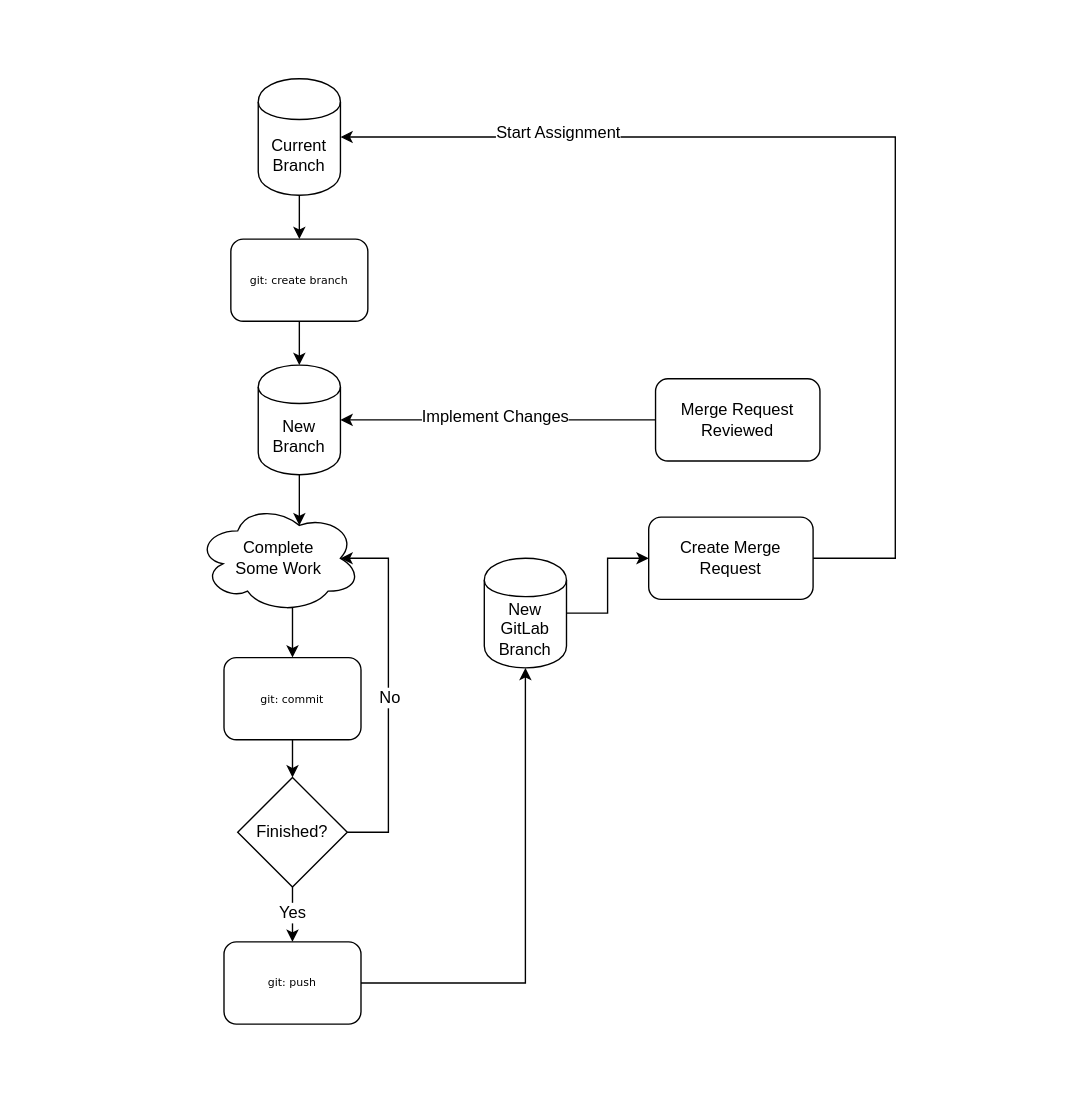
Above: images/workflow.drawio in idahogurl/cit336 (draw.io), before the change. Source tidied: cells renumbered, new cells numbered last; positions are measured from the earlier drawing's top-left corner, leaving out a move shared by most shapes. Both pictures are drawn from the tidied source at 137%, with x=0, y=0 at pixel (196, 78).
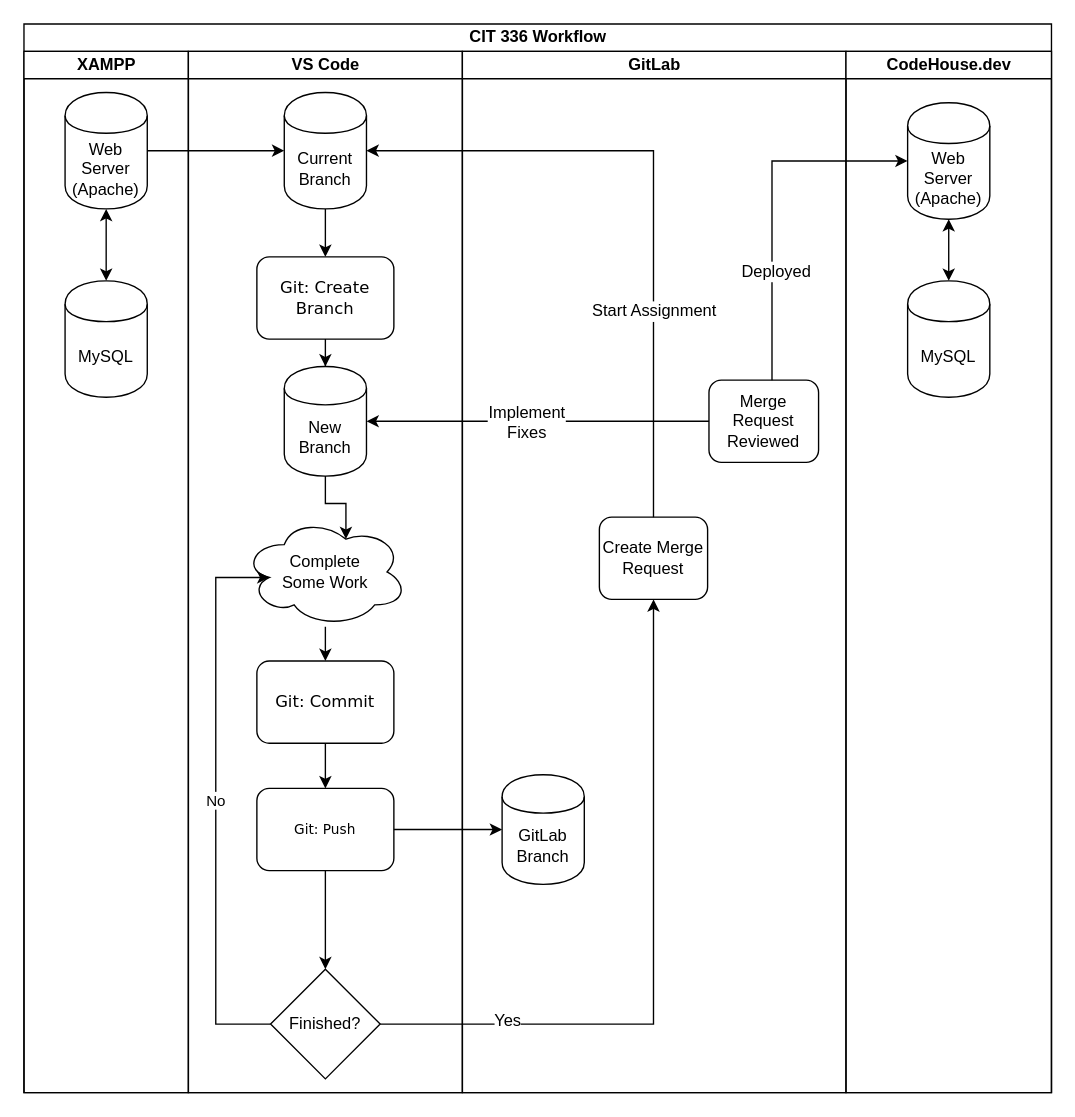
Above is the later version.

Change to the diagram source:
```diff
@@
+    <mxCell id="27" value="CIT 336 Workflow" style="swimlane;html=1;startSize=20;" parent="1" vertex="1">
+      <mxGeometry x="-126" y="-40" width="750" height="780" as="geometry" />
+    </mxCell>
+    <mxCell id="28" value="XAMPP" style="swimlane;html=1;startSize=20;" parent="27" vertex="1">
+      <mxGeometry y="20" width="120" height="760" as="geometry" />
+    </mxCell>
+    <mxCell id="29" style="edgeStyle=orthogonalEdgeStyle;rounded=0;jettySize=auto;html=1;startArrow=classic;startFill=1;" parent="28" edge="1" source="30" target="31">
+      <mxGeometry relative="1" as="geometry" />
+    </mxCell>
+    <mxCell id="30" value="Web Server (Apache)&lt;br&gt;" style="shape=cylinder;whiteSpace=wrap;html=1;boundedLbl=1;backgroundOutline=1;" parent="28" vertex="1">
+      <mxGeometry x="30" y="30" width="60" height="85" as="geometry" />
+    </mxCell>
+    <mxCell id="31" value="MySQL&lt;br&gt;" style="shape=cylinder;whiteSpace=wrap;html=1;boundedLbl=1;backgroundOutline=1;" parent="28" vertex="1">
+      <mxGeometry x="30" y="167.5" width="60" height="85" as="geometry" />
+    </mxCell>
+    <mxCell id="32" value="VS Code" style="swimlane;html=1;startSize=20;" parent="27" vertex="1">
+      <mxGeometry x="120" y="20" width="200" height="760" as="geometry" />
+    </mxCell>
+    <mxCell id="12" value="Current Branch&lt;br&gt;" style="shape=cylinder;whiteSpace=wrap;html=1;boundedLbl=1;backgroundOutline=1;" parent="32" vertex="1">
+      <mxGeometry x="70" y="30" width="60" height="85" as="geometry" />
+    </mxCell>
+    <mxCell id="3" value="&lt;font style=&quot;font-size: 12px&quot;&gt;Git: Create Branch&lt;/font&gt;" style="rounded=1;whiteSpace=wrap;html=1;shadow=0;labelBackgroundColor=none;strokeColor=#000000;strokeWidth=1;fillColor=#ffffff;fontFamily=Verdana;fontSize=8;fontColor=#000000;align=center;" parent="32" vertex="1">
+      <mxGeometry x="50" y="150" width="100" height="60" as="geometry" />
+    </mxCell>
+    <mxCell id="11" style="edgeStyle=orthogonalEdgeStyle;rounded=0;jettySize=auto;html=1;" parent="32" edge="1" source="12" target="3">
+      <mxGeometry relative="1" as="geometry" />
+    </mxCell>
+    <mxCell id="33" style="edgeStyle=orthogonalEdgeStyle;rounded=0;jettySize=auto;html=1;entryX=0.625;entryY=0.2;entryDx=0;entryDy=0;entryPerimeter=0;" parent="32" edge="1" source="14" target="18">
+      <mxGeometry relative="1" as="geometry" />
+    </mxCell>
+    <mxCell id="14" value="New Branch" style="shape=cylinder;whiteSpace=wrap;html=1;boundedLbl=1;backgroundOutline=1;" parent="32" vertex="1">
+      <mxGeometry x="70" y="230" width="60" height="80" as="geometry" />
+    </mxCell>
-    <mxCell id="2" style="edgeStyle=orthogonalEdgeStyle;rounded=0;jettySize=auto;html=1;" parent="1" edge="1" source="3" target="14">
+    <mxCell id="2" style="edgeStyle=orthogonalEdgeStyle;rounded=0;jettySize=auto;html=1;" parent="32" edge="1" source="3" target="14">
       <mxGeometry relative="1" as="geometry" />
     </mxCell>
-    <mxCell id="3" value="git: create branch" style="rounded=1;whiteSpace=wrap;html=1;shadow=0;labelBackgroundColor=none;strokeColor=#000000;strokeWidth=1;fillColor=#ffffff;fontFamily=Verdana;fontSize=8;fontColor=#000000;align=center;" parent="1" vertex="1">
-      <mxGeometry x="25" y="117" width="100" height="60" as="geometry" />
-    </mxCell>
-    <mxCell id="4" style="edgeStyle=orthogonalEdgeStyle;rounded=0;jettySize=auto;html=1;" parent="1" edge="1" source="5" target="6">
-      <mxGeometry relative="1" as="geometry" />
-    </mxCell>
+    <mxCell id="34" style="edgeStyle=orthogonalEdgeStyle;rounded=0;jettySize=auto;html=1;" parent="32" edge="1" source="18" target="5">
+      <mxGeometry relative="1" as="geometry" />
+    </mxCell>
+    <mxCell id="18" value="Complete &lt;br&gt;Some Work" style="ellipse;shape=cloud;whiteSpace=wrap;html=1;" parent="32" vertex="1">
+      <mxGeometry x="40" y="340" width="120" height="80" as="geometry" />
+    </mxCell>
+    <mxCell id="35" style="edgeStyle=orthogonalEdgeStyle;rounded=0;jettySize=auto;html=1;" parent="32" edge="1" source="5" target="37">
+      <mxGeometry relative="1" as="geometry" />
+    </mxCell>
-    <mxCell id="5" value="git: commit" style="rounded=1;whiteSpace=wrap;html=1;shadow=0;labelBackgroundColor=none;strokeColor=#000000;strokeWidth=1;fillColor=#ffffff;fontFamily=Verdana;fontSize=8;fontColor=#000000;align=center;" parent="1" vertex="1">
-      <mxGeometry x="20" y="422.5" width="100" height="60" as="geometry" />
+    <mxCell id="5" value="&lt;font style=&quot;font-size: 12px&quot;&gt;Git: Commit&lt;/font&gt;&lt;br&gt;" style="rounded=1;whiteSpace=wrap;html=1;shadow=0;labelBackgroundColor=none;strokeColor=#000000;strokeWidth=1;fillColor=#ffffff;fontFamily=Verdana;fontSize=8;fontColor=#000000;align=center;" parent="32" vertex="1">
+      <mxGeometry x="50" y="445" width="100" height="60" as="geometry" />
     </mxCell>
-    <mxCell id="6" value="Finished?" style="rhombus;whiteSpace=wrap;html=1;" parent="1" vertex="1">
-      <mxGeometry x="30" y="510" width="80" height="80" as="geometry" />
+    <mxCell id="6" value="Finished?" style="rhombus;whiteSpace=wrap;html=1;" parent="32" vertex="1">
+      <mxGeometry x="60" y="670" width="80" height="80" as="geometry" />
     </mxCell>
-    <mxCell id="7" style="edgeStyle=orthogonalEdgeStyle;rounded=0;jettySize=auto;html=1;entryX=0.5;entryY=1;entryDx=0;entryDy=0;" parent="1" edge="1" source="8" target="20">
-      <mxGeometry relative="1" as="geometry" />
-    </mxCell>
-    <mxCell id="8" value="git: push" style="rounded=1;whiteSpace=wrap;html=1;shadow=0;labelBackgroundColor=none;strokeColor=#000000;strokeWidth=1;fillColor=#ffffff;fontFamily=Verdana;fontSize=8;fontColor=#000000;align=center;" parent="1" vertex="1">
-      <mxGeometry x="20" y="630" width="100" height="60" as="geometry" />
-    </mxCell>
-    <mxCell id="9" style="edgeStyle=orthogonalEdgeStyle;rounded=0;jettySize=auto;html=1;entryX=0.5;entryY=0;entryDx=0;entryDy=0;" parent="1" edge="1" source="6" target="8">
-      <mxGeometry relative="1" as="geometry" />
-    </mxCell>
-    <mxCell id="10" value="Yes" style="text;html=1;align=center;verticalAlign=middle;labelBackgroundColor=#ffffff;" parent="9" vertex="1">
-      <mxGeometry x="-0.09" y="-1" relative="1" as="geometry" />
-    </mxCell>
-    <mxCell id="11" style="edgeStyle=orthogonalEdgeStyle;rounded=0;jettySize=auto;html=1;" parent="1" edge="1" source="12" target="3">
-      <mxGeometry relative="1" as="geometry" />
-    </mxCell>
-    <mxCell id="12" value="Current Branch&lt;br&gt;" style="shape=cylinder;whiteSpace=wrap;html=1;boundedLbl=1;backgroundOutline=1;" parent="1" vertex="1">
-      <mxGeometry x="45" width="60" height="85" as="geometry" />
-    </mxCell>
-    <mxCell id="13" style="edgeStyle=orthogonalEdgeStyle;rounded=0;jettySize=auto;html=1;entryX=0.625;entryY=0.2;entryDx=0;entryDy=0;entryPerimeter=0;" parent="1" edge="1" source="14">
-      <mxGeometry relative="1" as="geometry">
-        <mxPoint x="75" y="326" as="targetPoint" />
-      </mxGeometry>
-    </mxCell>
-    <mxCell id="14" value="New Branch" style="shape=cylinder;whiteSpace=wrap;html=1;boundedLbl=1;backgroundOutline=1;" parent="1" vertex="1">
-      <mxGeometry x="45" y="209" width="60" height="80" as="geometry" />
-    </mxCell>
-    <mxCell id="15" style="edgeStyle=orthogonalEdgeStyle;rounded=0;jettySize=auto;html=1;exitX=0.55;exitY=0.95;exitDx=0;exitDy=0;exitPerimeter=0;entryX=0.5;entryY=0;entryDx=0;entryDy=0;" parent="1" edge="1" target="5">
-      <mxGeometry relative="1" as="geometry">
-        <mxPoint x="66" y="386" as="sourcePoint" />
-      </mxGeometry>
-    </mxCell>
-    <mxCell id="16" style="edgeStyle=orthogonalEdgeStyle;rounded=0;jettySize=auto;html=1;entryX=0.875;entryY=0.5;entryDx=0;entryDy=0;entryPerimeter=0;exitX=1;exitY=0.5;exitDx=0;exitDy=0;" parent="1" edge="1" source="6">
-      <mxGeometry relative="1" as="geometry">
-        <mxPoint x="105" y="350" as="targetPoint" />
-        <Array as="points">
-          <mxPoint x="140" y="550" />
-          <mxPoint x="140" y="350" />
-        </Array>
-      </mxGeometry>
-    </mxCell>
-    <mxCell id="17" value="No&lt;br&gt;" style="text;html=1;align=center;verticalAlign=middle;labelBackgroundColor=#ffffff;" parent="16" vertex="1">
-      <mxGeometry x="-0.22" y="-4" relative="1" as="geometry">
-        <mxPoint x="-4" y="-26" as="offset" />
+    <mxCell id="17" value="No" style="edgeStyle=orthogonalEdgeStyle;rounded=0;jettySize=auto;html=1;entryX=0.16;entryY=0.55;entryDx=0;entryDy=0;entryPerimeter=0;exitX=0;exitY=0.5;exitDx=0;exitDy=0;" parent="32" edge="1" source="6" target="18">
+      <mxGeometry relative="1" as="geometry">
+        <Array as="points">
+          <mxPoint x="20" y="710" />
+          <mxPoint x="20" y="384" />
+        </Array>
       </mxGeometry>
     </mxCell>
-    <mxCell id="18" value="Complete &lt;br&gt;Some Work" style="ellipse;shape=cloud;whiteSpace=wrap;html=1;" parent="1" vertex="1">
-      <mxGeometry y="310" width="120" height="80" as="geometry" />
-    </mxCell>
-    <mxCell id="19" style="edgeStyle=orthogonalEdgeStyle;rounded=0;jettySize=auto;html=1;exitX=1;exitY=0.5;exitDx=0;exitDy=0;" parent="1" edge="1" source="20" target="23">
-      <mxGeometry relative="1" as="geometry" />
-    </mxCell>
+    <mxCell id="36" style="edgeStyle=orthogonalEdgeStyle;rounded=0;jettySize=auto;html=1;" parent="32" edge="1" source="37" target="6">
+      <mxGeometry relative="1" as="geometry" />
+    </mxCell>
+    <mxCell id="37" value="&lt;font style=&quot;font-size: 10px&quot;&gt;Git: Push&lt;/font&gt;" style="rounded=1;whiteSpace=wrap;html=1;shadow=0;labelBackgroundColor=none;strokeColor=#000000;strokeWidth=1;fillColor=#ffffff;fontFamily=Verdana;fontSize=8;fontColor=#000000;align=center;" parent="32" vertex="1">
+      <mxGeometry x="50" y="538" width="100" height="60" as="geometry" />
+    </mxCell>
+    <mxCell id="38" value="GitLab" style="swimlane;html=1;startSize=20;" parent="27" vertex="1">
+      <mxGeometry x="320" y="20" width="280" height="760" as="geometry" />
+    </mxCell>
-    <mxCell id="20" value="New GitLab Branch&lt;br&gt;" style="shape=cylinder;whiteSpace=wrap;html=1;boundedLbl=1;backgroundOutline=1;" parent="1" vertex="1">
-      <mxGeometry x="210" y="350" width="60" height="80" as="geometry" />
+    <mxCell id="20" value="GitLab Branch" style="shape=cylinder;whiteSpace=wrap;html=1;boundedLbl=1;backgroundOutline=1;" parent="38" vertex="1">
+      <mxGeometry x="29" y="528" width="60" height="80" as="geometry" />
     </mxCell>
+    <mxCell id="23" value="Create Merge Request" style="rounded=1;whiteSpace=wrap;html=1;" parent="38" vertex="1">
+      <mxGeometry x="100" y="340" width="79" height="60" as="geometry" />
+    </mxCell>
+    <mxCell id="26" value="Merge Request Reviewed" style="rounded=1;whiteSpace=wrap;html=1;" parent="38" vertex="1">
+      <mxGeometry x="180" y="240" width="80" height="60" as="geometry" />
+    </mxCell>
+    <mxCell id="39" value="CodeHouse.dev" style="swimlane;html=1;startSize=20;" parent="27" vertex="1">
+      <mxGeometry x="600" y="20" width="150" height="760" as="geometry" />
+    </mxCell>
+    <mxCell id="40" style="edgeStyle=orthogonalEdgeStyle;rounded=0;jettySize=auto;html=1;startArrow=classic;startFill=1;" parent="39" edge="1" source="41" target="42">
+      <mxGeometry relative="1" as="geometry" />
+    </mxCell>
+    <mxCell id="41" value="Web Server&lt;br&gt;(Apache)" style="shape=cylinder;whiteSpace=wrap;html=1;boundedLbl=1;backgroundOutline=1;" parent="39" vertex="1">
+      <mxGeometry x="45" y="37.5" width="60" height="85" as="geometry" />
+    </mxCell>
+    <mxCell id="42" value="MySQL&lt;br&gt;" style="shape=cylinder;whiteSpace=wrap;html=1;boundedLbl=1;backgroundOutline=1;" parent="39" vertex="1">
+      <mxGeometry x="45" y="167.5" width="60" height="85" as="geometry" />
+    </mxCell>
-    <mxCell id="21" style="edgeStyle=orthogonalEdgeStyle;rounded=0;jettySize=auto;html=1;entryX=1;entryY=0.5;entryDx=0;entryDy=0;" parent="1" edge="1" source="23" target="12">
+    <mxCell id="21" style="edgeStyle=orthogonalEdgeStyle;rounded=0;jettySize=auto;html=1;entryX=1;entryY=0.5;entryDx=0;entryDy=0;" parent="27" edge="1" source="23" target="12">
       <mxGeometry relative="1" as="geometry">
         <Array as="points">
-          <mxPoint x="510" y="350" />
-          <mxPoint x="510" y="43" />
+          <mxPoint x="460" y="93" />
         </Array>
       </mxGeometry>
     </mxCell>
     <mxCell id="22" value="Start Assignment" style="text;html=1;align=center;verticalAlign=middle;labelBackgroundColor=#ffffff;" parent="21" vertex="1">
-      <mxGeometry x="0.59" y="-3" relative="1" as="geometry" />
+      <mxGeometry x="0.59" y="-3" relative="1" as="geometry">
+        <mxPoint x="111.5" y="120" as="offset" />
+      </mxGeometry>
     </mxCell>
-    <mxCell id="23" value="Create Merge Request" style="rounded=1;whiteSpace=wrap;html=1;" parent="1" vertex="1">
-      <mxGeometry x="330" y="320" width="120" height="60" as="geometry" />
-    </mxCell>
-    <mxCell id="24" style="edgeStyle=orthogonalEdgeStyle;rounded=0;jettySize=auto;html=1;entryX=1;entryY=0.5;entryDx=0;entryDy=0;" parent="1" edge="1" source="26" target="14">
+    <mxCell id="24" style="edgeStyle=orthogonalEdgeStyle;rounded=0;jettySize=auto;html=1;entryX=1;entryY=0.5;entryDx=0;entryDy=0;" parent="27" edge="1" source="26" target="14">
       <mxGeometry relative="1" as="geometry" />
     </mxCell>
-    <mxCell id="25" value="Implement Changes" style="text;html=1;align=center;verticalAlign=middle;labelBackgroundColor=#ffffff;" parent="24" vertex="1">
-      <mxGeometry x="0.03" y="-3" relative="1" as="geometry" />
+    <mxCell id="25" value="Implement &lt;br&gt;Fixes" style="text;html=1;align=center;verticalAlign=middle;labelBackgroundColor=#ffffff;" parent="24" vertex="1">
+      <mxGeometry x="0.03" y="-3" relative="1" as="geometry">
+        <mxPoint x="-5" y="3" as="offset" />
+      </mxGeometry>
     </mxCell>
-    <mxCell id="26" value="Merge Request Reviewed" style="rounded=1;whiteSpace=wrap;html=1;" parent="1" vertex="1">
-      <mxGeometry x="335" y="219" width="120" height="60" as="geometry" />
-    </mxCell>
+    <mxCell id="43" style="edgeStyle=orthogonalEdgeStyle;rounded=0;jettySize=auto;html=1;entryX=0;entryY=0.5;entryDx=0;entryDy=0;" parent="27" edge="1" source="26" target="41">
+      <mxGeometry y="40" relative="1" as="geometry">
+        <Array as="points">
+          <mxPoint x="546" y="100" />
+        </Array>
+      </mxGeometry>
+    </mxCell>
+    <mxCell id="44" value="Deployed" style="text;html=1;align=center;verticalAlign=middle;labelBackgroundColor=#ffffff;" parent="43" vertex="1">
+      <mxGeometry x="-0.38" y="-2" relative="1" as="geometry" />
+    </mxCell>
+    <mxCell id="45" style="edgeStyle=orthogonalEdgeStyle;rounded=0;jettySize=auto;html=1;exitX=1;exitY=0.5;exitDx=0;exitDy=0;" parent="27" edge="1" source="30" target="12">
+      <mxGeometry relative="1" as="geometry" />
+    </mxCell>
+    <mxCell id="46" style="edgeStyle=orthogonalEdgeStyle;rounded=0;jettySize=auto;html=1;" parent="27" edge="1" source="37" target="20">
+      <mxGeometry relative="1" as="geometry">
+        <Array as="points">
+          <mxPoint x="309" y="588" />
+          <mxPoint x="309" y="588" />
+        </Array>
+      </mxGeometry>
+    </mxCell>
+    <mxCell id="47" style="edgeStyle=orthogonalEdgeStyle;rounded=0;jettySize=auto;html=1;entryX=0.5;entryY=1;entryDx=0;entryDy=0;" parent="27" edge="1" source="6" target="23">
+      <mxGeometry relative="1" as="geometry" />
+    </mxCell>
+    <mxCell id="10" value="Yes" style="text;html=1;align=center;verticalAlign=middle;labelBackgroundColor=#ffffff;" parent="47" vertex="1">
+      <mxGeometry x="-0.64" y="3" relative="1" as="geometry" />
+    </mxCell>
```
